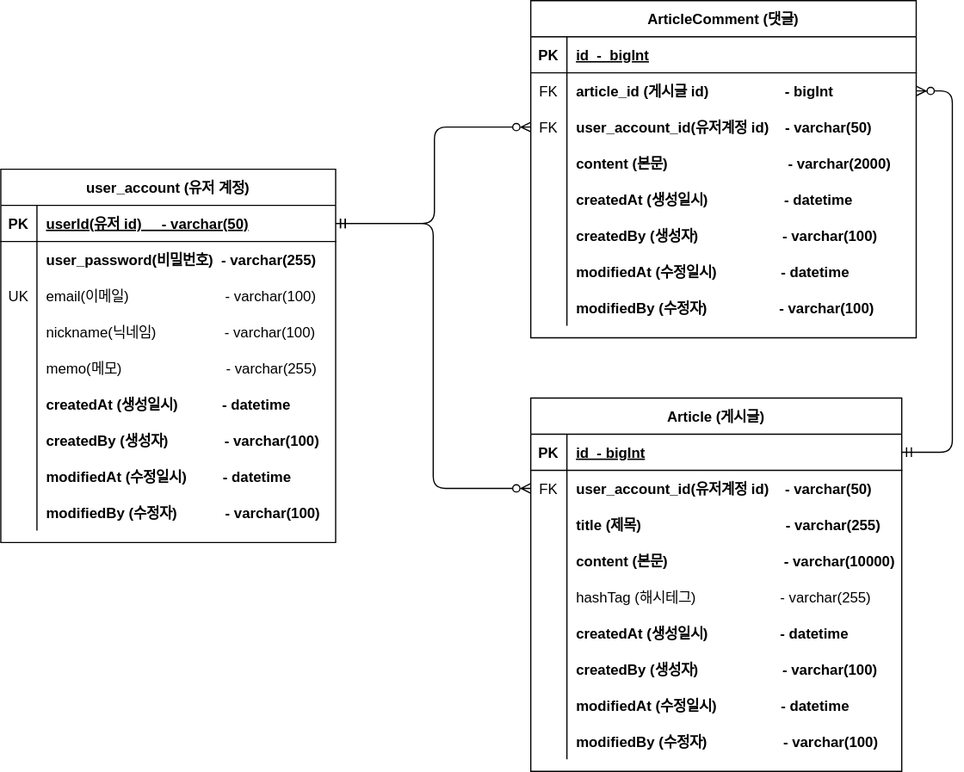
buchonsi/board-service keeps this draw.io diagram as document/project-board.svg. Above is the earlier version. Source tidied: cells renumbered, new cells last; positions are measured from the earlier drawing's top-left corner, leaving out a move shared by most shapes.
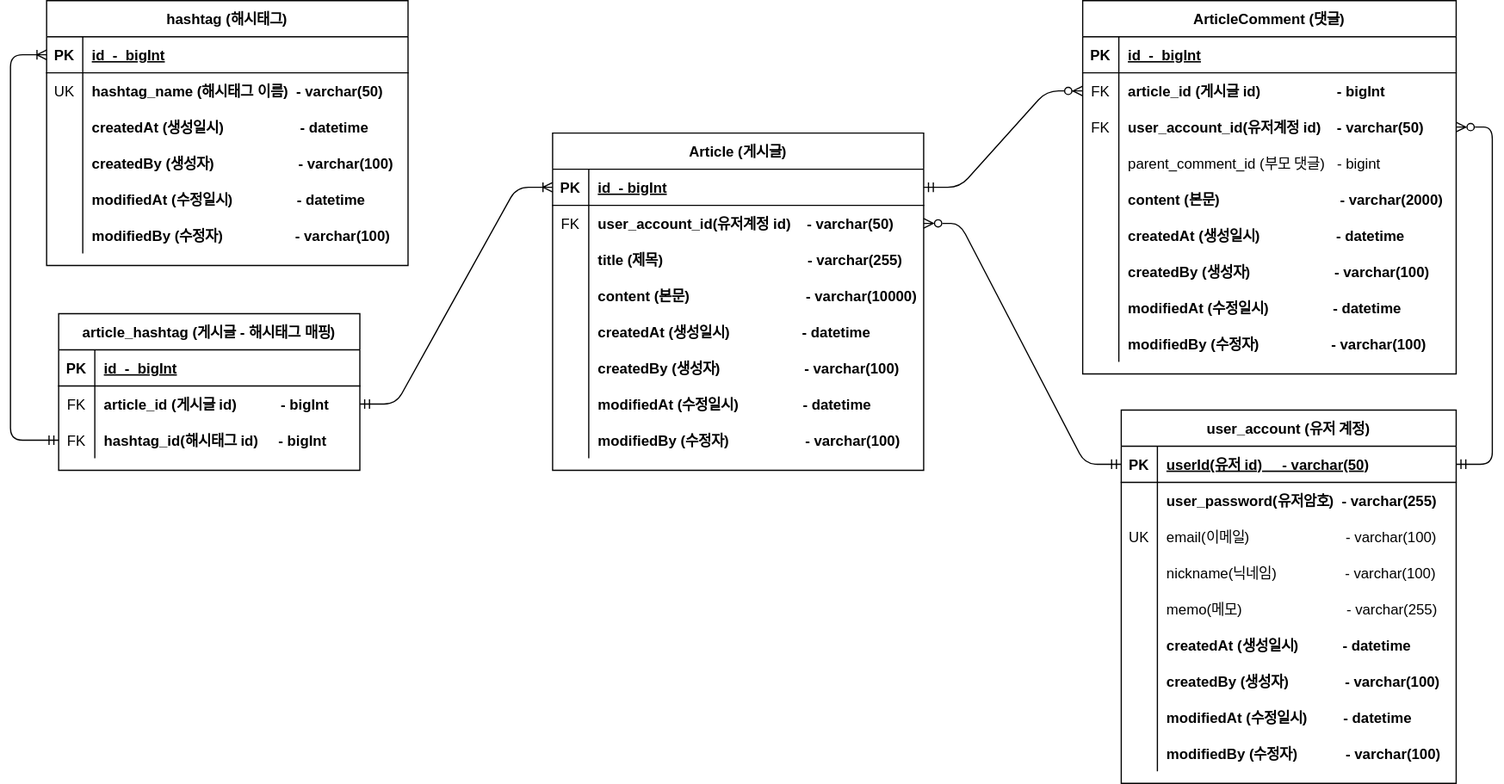
After the commit.

Commit message:
#48 - project-board.svg 업데이트 : 대댓글, 해시태그

The edit, as a diff of the source:
```diff
@@ -14,6 +14,6 @@
     <mxCell id="3" value="ArticleComment (댓글)" style="shape=table;startSize=30;rowLines=0;fontStyle=1;align=center;" parent="1" vertex="1">
-      <mxGeometry x="440" width="320" height="280" as="geometry" />
+      <mxGeometry x="890" width="310" height="310" as="geometry" />
     </mxCell>
     <mxCell id="4" style="shape=partialRectangle;fillColor=none;top=0;left=0;right=0;bottom=1;" parent="3" vertex="1">
-      <mxGeometry y="30" width="320" height="30" as="geometry" />
+      <mxGeometry y="30" width="310" height="30" as="geometry" />
     </mxCell>
@@ -23,6 +23,6 @@
     <mxCell id="6" value="id  -  bigInt" style="shape=partialRectangle;overflow=hidden;fillColor=none;top=0;left=0;bottom=0;right=0;align=left;spacingLeft=6;fontStyle=5;" parent="4" vertex="1">
-      <mxGeometry x="30" width="290" height="30" as="geometry" />
+      <mxGeometry x="30" width="280" height="30" as="geometry" />
     </mxCell>
     <mxCell id="7" style="shape=partialRectangle;fillColor=none;points=[[0,0.5],[1,0.5]];portConstraint=eastwest;top=0;left=0;right=0;bottom=0;" parent="3" vertex="1">
-      <mxGeometry y="60" width="320" height="30" as="geometry" />
+      <mxGeometry y="60" width="310" height="30" as="geometry" />
     </mxCell>
@@ -32,6 +32,6 @@
     <mxCell id="9" value="article_id (게시글 id)                   - bigInt" style="shape=partialRectangle;overflow=hidden;fillColor=none;top=0;left=0;bottom=0;right=0;align=left;spacingLeft=6;fontStyle=1;" parent="7" vertex="1">
-      <mxGeometry x="30" width="290" height="30" as="geometry" />
+      <mxGeometry x="30" width="280" height="30" as="geometry" />
     </mxCell>
     <mxCell id="10" style="shape=partialRectangle;fillColor=none;points=[[0,0.5],[1,0.5]];portConstraint=eastwest;top=0;left=0;right=0;bottom=0;" parent="3" vertex="1">
-      <mxGeometry y="90" width="320" height="30" as="geometry" />
+      <mxGeometry y="90" width="310" height="30" as="geometry" />
     </mxCell>
@@ -41,6 +41,15 @@
     <mxCell id="12" value="user_account_id(유저계정 id)    - varchar(50)" style="shape=partialRectangle;overflow=hidden;fillColor=none;top=0;left=0;bottom=0;right=0;align=left;spacingLeft=6;fontStyle=1;" parent="10" vertex="1">
-      <mxGeometry x="30" width="290" height="30" as="geometry" />
+      <mxGeometry x="30" width="280" height="30" as="geometry" />
     </mxCell>
+    <mxCell id="86" style="shape=partialRectangle;fillColor=none;top=0;left=0;right=0;bottom=0;" parent="3" vertex="1">
+      <mxGeometry y="120" width="310" height="30" as="geometry" />
+    </mxCell>
+    <mxCell id="87" style="shape=partialRectangle;overflow=hidden;fillColor=none;top=0;left=0;bottom=0;right=0;" parent="86" vertex="1">
+      <mxGeometry width="30" height="30" as="geometry" />
+    </mxCell>
+    <mxCell id="88" value="parent_comment_id (부모 댓글)   - bigint" style="shape=partialRectangle;overflow=hidden;fillColor=none;top=0;left=0;bottom=0;right=0;align=left;spacingLeft=6;fontStyle=0;" parent="86" vertex="1">
+      <mxGeometry x="30" width="280" height="30" as="geometry" />
+    </mxCell>
     <mxCell id="13" style="shape=partialRectangle;fillColor=none;top=0;left=0;right=0;bottom=0;" parent="3" vertex="1">
-      <mxGeometry y="120" width="320" height="30" as="geometry" />
+      <mxGeometry y="150" width="310" height="30" as="geometry" />
     </mxCell>
@@ -50,6 +59,6 @@
     <mxCell id="15" value="content (본문)                              - varchar(2000)" style="shape=partialRectangle;overflow=hidden;fillColor=none;top=0;left=0;bottom=0;right=0;align=left;spacingLeft=6;fontStyle=1;" parent="13" vertex="1">
-      <mxGeometry x="30" width="290" height="30" as="geometry" />
+      <mxGeometry x="30" width="280" height="30" as="geometry" />
     </mxCell>
     <mxCell id="16" style="shape=partialRectangle;fillColor=none;top=0;left=0;right=0;bottom=0;" parent="3" vertex="1">
-      <mxGeometry y="150" width="320" height="30" as="geometry" />
+      <mxGeometry y="180" width="310" height="30" as="geometry" />
     </mxCell>
@@ -59,6 +68,6 @@
     <mxCell id="18" value="createdAt (생성일시)                   - datetime" style="shape=partialRectangle;overflow=hidden;fillColor=none;top=0;left=0;bottom=0;right=0;align=left;spacingLeft=6;fontStyle=1;" parent="16" vertex="1">
-      <mxGeometry x="30" width="290" height="30" as="geometry" />
+      <mxGeometry x="30" width="280" height="30" as="geometry" />
     </mxCell>
     <mxCell id="19" style="shape=partialRectangle;fillColor=none;top=0;left=0;right=0;bottom=0;" parent="3" vertex="1">
-      <mxGeometry y="180" width="320" height="30" as="geometry" />
+      <mxGeometry y="210" width="310" height="30" as="geometry" />
     </mxCell>
@@ -68,6 +77,6 @@
     <mxCell id="21" value="createdBy (생성자)                     - varchar(100)" style="shape=partialRectangle;overflow=hidden;fillColor=none;top=0;left=0;bottom=0;right=0;align=left;spacingLeft=6;fontStyle=1;" parent="19" vertex="1">
-      <mxGeometry x="30" width="290" height="30" as="geometry" />
+      <mxGeometry x="30" width="280" height="30" as="geometry" />
     </mxCell>
     <mxCell id="22" style="shape=partialRectangle;fillColor=none;top=0;left=0;right=0;bottom=0;" parent="3" vertex="1">
-      <mxGeometry y="210" width="320" height="30" as="geometry" />
+      <mxGeometry y="240" width="310" height="30" as="geometry" />
     </mxCell>
@@ -77,6 +86,6 @@
     <mxCell id="24" value="modifiedAt (수정일시)                - datetime" style="shape=partialRectangle;overflow=hidden;fillColor=none;top=0;left=0;bottom=0;right=0;align=left;spacingLeft=6;fontStyle=1;" parent="22" vertex="1">
-      <mxGeometry x="30" width="290" height="30" as="geometry" />
+      <mxGeometry x="30" width="280" height="30" as="geometry" />
     </mxCell>
     <mxCell id="25" style="shape=partialRectangle;fillColor=none;top=0;left=0;right=0;bottom=0;" parent="3" vertex="1">
-      <mxGeometry y="240" width="320" height="30" as="geometry" />
+      <mxGeometry y="270" width="310" height="30" as="geometry" />
     </mxCell>
@@ -86,6 +95,6 @@
     <mxCell id="27" value="modifiedBy (수정자)                  - varchar(100)" style="shape=partialRectangle;overflow=hidden;fillColor=none;top=0;left=0;bottom=0;right=0;align=left;spacingLeft=6;fontStyle=1;" parent="25" vertex="1">
-      <mxGeometry x="30" width="290" height="30" as="geometry" />
+      <mxGeometry x="30" width="280" height="30" as="geometry" />
     </mxCell>
     <mxCell id="28" value="Article (게시글)" style="shape=table;startSize=30;rowLines=0;fontStyle=1;align=center;" parent="1" vertex="1">
-      <mxGeometry x="440" y="330" width="308" height="310" as="geometry" />
+      <mxGeometry x="450" y="110" width="308" height="280" as="geometry" />
     </mxCell>
@@ -127,13 +136,4 @@
     </mxCell>
-    <mxCell id="41" style="shape=partialRectangle;fillColor=none;top=0;left=0;right=0;bottom=0;" parent="28" vertex="1">
-      <mxGeometry y="150" width="308" height="30" as="geometry" />
-    </mxCell>
-    <mxCell id="42" style="shape=partialRectangle;overflow=hidden;fillColor=none;top=0;left=0;bottom=0;right=0;" parent="41" vertex="1">
-      <mxGeometry width="30" height="30" as="geometry" />
-    </mxCell>
-    <mxCell id="43" value="hashTag (해시테그)                     - varchar(255)" style="shape=partialRectangle;overflow=hidden;fillColor=none;top=0;left=0;bottom=0;right=0;align=left;spacingLeft=6;" parent="41" vertex="1">
-      <mxGeometry x="30" width="278" height="30" as="geometry" />
-    </mxCell>
     <mxCell id="44" style="shape=partialRectangle;fillColor=none;top=0;left=0;right=0;bottom=0;" parent="28" vertex="1">
-      <mxGeometry y="180" width="308" height="30" as="geometry" />
+      <mxGeometry y="150" width="308" height="30" as="geometry" />
     </mxCell>
@@ -146,3 +146,3 @@
     <mxCell id="47" style="shape=partialRectangle;fillColor=none;top=0;left=0;right=0;bottom=0;" parent="28" vertex="1">
-      <mxGeometry y="210" width="308" height="30" as="geometry" />
+      <mxGeometry y="180" width="308" height="30" as="geometry" />
     </mxCell>
@@ -155,3 +155,3 @@
     <mxCell id="50" style="shape=partialRectangle;fillColor=none;top=0;left=0;right=0;bottom=0;" parent="28" vertex="1">
-      <mxGeometry y="240" width="308" height="30" as="geometry" />
+      <mxGeometry y="210" width="308" height="30" as="geometry" />
     </mxCell>
@@ -164,3 +164,3 @@
     <mxCell id="53" style="shape=partialRectangle;fillColor=none;top=0;left=0;right=0;bottom=0;" parent="28" vertex="1">
-      <mxGeometry y="270" width="308" height="30" as="geometry" />
+      <mxGeometry y="240" width="308" height="30" as="geometry" />
     </mxCell>
@@ -173,3 +173,3 @@
     <mxCell id="56" value="user_account (유저 계정)" style="shape=table;startSize=30;rowLines=0;fontStyle=1;align=center;" parent="1" vertex="1">
-      <mxGeometry y="140" width="278" height="310" as="geometry" />
+      <mxGeometry x="922" y="340" width="278" height="310" as="geometry" />
     </mxCell>
@@ -190,3 +190,3 @@
     </mxCell>
-    <mxCell id="62" value="user_password(비밀번호)  - varchar(255)" style="shape=partialRectangle;overflow=hidden;fillColor=none;top=0;left=0;bottom=0;right=0;align=left;spacingLeft=6;fontStyle=1;" parent="60" vertex="1">
+    <mxCell id="62" value="user_password(유저암호)  - varchar(255)" style="shape=partialRectangle;overflow=hidden;fillColor=none;top=0;left=0;bottom=0;right=0;align=left;spacingLeft=6;fontStyle=1;" parent="60" vertex="1">
       <mxGeometry x="30" width="248" height="30" as="geometry" />
@@ -256,7 +256,8 @@
     </mxCell>
-    <mxCell id="84" style="edgeStyle=orthogonalEdgeStyle;rounded=1;jettySize=auto;html=1;exitX=1;exitY=0.5;exitDx=0;exitDy=0;entryX=0;entryY=0.5;entryDx=0;entryDy=0;endArrow=ERzeroToMany;endFill=0;startArrow=ERmandOne;startFill=0;" parent="1" edge="1" source="57" target="10">
+    <mxCell id="84" style="edgeStyle=entityRelationEdgeStyle;rounded=1;jettySize=auto;html=1;exitX=1;exitY=0.5;exitDx=0;exitDy=0;entryX=1;entryY=0.5;entryDx=0;entryDy=0;endArrow=ERzeroToMany;endFill=0;startArrow=ERmandOne;startFill=0;" parent="1" edge="1" source="57" target="10">
       <mxGeometry relative="1" as="geometry">
         <Array as="points">
-          <mxPoint x="360" y="185" />
-          <mxPoint x="360" y="105" />
+          <mxPoint x="1270" y="350" />
+          <mxPoint x="1280" y="350" />
+          <mxPoint x="1280" y="270" />
         </Array>
@@ -264,5 +265,103 @@
     </mxCell>
-    <mxCell id="85" style="edgeStyle=orthogonalEdgeStyle;rounded=1;jettySize=auto;html=1;exitX=1;exitY=0.5;exitDx=0;exitDy=0;startArrow=ERmandOne;startFill=0;endArrow=ERzeroToMany;endFill=0;" parent="1" edge="1" source="57" target="32">
+    <mxCell id="85" style="edgeStyle=entityRelationEdgeStyle;rounded=1;jettySize=auto;html=1;startArrow=ERmandOne;startFill=0;endArrow=ERzeroToMany;endFill=0;exitX=0;exitY=0.5;exitDx=0;exitDy=0;entryX=1;entryY=0.5;entryDx=0;entryDy=0;" parent="1" edge="1" source="57" target="32">
       <mxGeometry relative="1" as="geometry" />
     </mxCell>
+    <mxCell id="89" value="hashtag (해시태그)" style="shape=table;startSize=30;rowLines=0;fontStyle=1;align=center;" parent="1" vertex="1">
+      <mxGeometry x="30" width="300" height="220" as="geometry" />
+    </mxCell>
+    <mxCell id="90" style="shape=partialRectangle;fillColor=none;points=[[0,0.5],[1,0.5]];portConstraint=eastwest;top=0;left=0;right=0;bottom=1;" parent="89" vertex="1">
+      <mxGeometry y="30" width="300" height="30" as="geometry" />
+    </mxCell>
+    <mxCell id="91" value="PK" style="shape=partialRectangle;overflow=hidden;fillColor=none;top=0;left=0;bottom=0;right=0;fontStyle=1;" parent="90" vertex="1">
+      <mxGeometry width="30" height="30" as="geometry" />
+    </mxCell>
+    <mxCell id="92" value="id  -  bigInt" style="shape=partialRectangle;overflow=hidden;fillColor=none;top=0;left=0;bottom=0;right=0;align=left;spacingLeft=6;fontStyle=5;" parent="90" vertex="1">
+      <mxGeometry x="30" width="270" height="30" as="geometry" />
+    </mxCell>
+    <mxCell id="93" style="shape=partialRectangle;fillColor=none;top=0;left=0;right=0;bottom=0;" parent="89" vertex="1">
+      <mxGeometry y="60" width="300" height="30" as="geometry" />
+    </mxCell>
+    <mxCell id="94" value="UK" style="shape=partialRectangle;overflow=hidden;fillColor=none;top=0;left=0;bottom=0;right=0;" parent="93" vertex="1">
+      <mxGeometry width="30" height="30" as="geometry" />
+    </mxCell>
+    <mxCell id="95" value="hashtag_name (해시태그 이름)  - varchar(50)" style="shape=partialRectangle;overflow=hidden;fillColor=none;top=0;left=0;bottom=0;right=0;align=left;spacingLeft=6;fontStyle=1;" parent="93" vertex="1">
+      <mxGeometry x="30" width="270" height="30" as="geometry" />
+    </mxCell>
+    <mxCell id="96" style="shape=partialRectangle;fillColor=none;top=0;left=0;right=0;bottom=0;" parent="89" vertex="1">
+      <mxGeometry y="90" width="300" height="30" as="geometry" />
+    </mxCell>
+    <mxCell id="97" style="shape=partialRectangle;overflow=hidden;fillColor=none;top=0;left=0;bottom=0;right=0;" parent="96" vertex="1">
+      <mxGeometry width="30" height="30" as="geometry" />
+    </mxCell>
+    <mxCell id="98" value="createdAt (생성일시)                   - datetime" style="shape=partialRectangle;overflow=hidden;fillColor=none;top=0;left=0;bottom=0;right=0;align=left;spacingLeft=6;fontStyle=1;" parent="96" vertex="1">
+      <mxGeometry x="30" width="270" height="30" as="geometry" />
+    </mxCell>
+    <mxCell id="99" style="shape=partialRectangle;fillColor=none;top=0;left=0;right=0;bottom=0;" parent="89" vertex="1">
+      <mxGeometry y="120" width="300" height="30" as="geometry" />
+    </mxCell>
+    <mxCell id="100" style="shape=partialRectangle;overflow=hidden;fillColor=none;top=0;left=0;bottom=0;right=0;" parent="99" vertex="1">
+      <mxGeometry width="30" height="30" as="geometry" />
+    </mxCell>
+    <mxCell id="101" value="createdBy (생성자)                     - varchar(100)" style="shape=partialRectangle;overflow=hidden;fillColor=none;top=0;left=0;bottom=0;right=0;align=left;spacingLeft=6;fontStyle=1;" parent="99" vertex="1">
+      <mxGeometry x="30" width="270" height="30" as="geometry" />
+    </mxCell>
+    <mxCell id="102" style="shape=partialRectangle;fillColor=none;top=0;left=0;right=0;bottom=0;" parent="89" vertex="1">
+      <mxGeometry y="150" width="300" height="30" as="geometry" />
+    </mxCell>
+    <mxCell id="103" style="shape=partialRectangle;overflow=hidden;fillColor=none;top=0;left=0;bottom=0;right=0;" parent="102" vertex="1">
+      <mxGeometry width="30" height="30" as="geometry" />
+    </mxCell>
+    <mxCell id="104" value="modifiedAt (수정일시)                - datetime" style="shape=partialRectangle;overflow=hidden;fillColor=none;top=0;left=0;bottom=0;right=0;align=left;spacingLeft=6;fontStyle=1;" parent="102" vertex="1">
+      <mxGeometry x="30" width="270" height="30" as="geometry" />
+    </mxCell>
+    <mxCell id="105" style="shape=partialRectangle;fillColor=none;top=0;left=0;right=0;bottom=0;" parent="89" vertex="1">
+      <mxGeometry y="180" width="300" height="30" as="geometry" />
+    </mxCell>
+    <mxCell id="106" style="shape=partialRectangle;overflow=hidden;fillColor=none;top=0;left=0;bottom=0;right=0;" parent="105" vertex="1">
+      <mxGeometry width="30" height="30" as="geometry" />
+    </mxCell>
+    <mxCell id="107" value="modifiedBy (수정자)                  - varchar(100)" style="shape=partialRectangle;overflow=hidden;fillColor=none;top=0;left=0;bottom=0;right=0;align=left;spacingLeft=6;fontStyle=1;" parent="105" vertex="1">
+      <mxGeometry x="30" width="270" height="30" as="geometry" />
+    </mxCell>
+    <mxCell id="108" value="article_hashtag (게시글 - 해시태그 매핑)" style="shape=table;startSize=30;rowLines=0;fontStyle=1;align=center;" parent="1" vertex="1">
+      <mxGeometry x="40" y="260" width="250" height="130" as="geometry" />
+    </mxCell>
+    <mxCell id="109" style="shape=partialRectangle;fillColor=none;top=0;left=0;right=0;bottom=1;" parent="108" vertex="1">
+      <mxGeometry y="30" width="250" height="30" as="geometry" />
+    </mxCell>
+    <mxCell id="110" value="PK" style="shape=partialRectangle;overflow=hidden;fillColor=none;top=0;left=0;bottom=0;right=0;fontStyle=1;" parent="109" vertex="1">
+      <mxGeometry width="30" height="30" as="geometry" />
+    </mxCell>
+    <mxCell id="111" value="id  -  bigInt" style="shape=partialRectangle;overflow=hidden;fillColor=none;top=0;left=0;bottom=0;right=0;align=left;spacingLeft=6;fontStyle=5;" parent="109" vertex="1">
+      <mxGeometry x="30" width="220" height="30" as="geometry" />
+    </mxCell>
+    <mxCell id="112" style="shape=partialRectangle;fillColor=none;points=[[0,0.5],[1,0.5]];portConstraint=eastwest;top=0;left=0;right=0;bottom=0;" parent="108" vertex="1">
+      <mxGeometry y="60" width="250" height="30" as="geometry" />
+    </mxCell>
+    <mxCell id="113" value="FK" style="shape=partialRectangle;overflow=hidden;fillColor=none;top=0;left=0;bottom=0;right=0;" parent="112" vertex="1">
+      <mxGeometry width="30" height="30" as="geometry" />
+    </mxCell>
+    <mxCell id="114" value="article_id (게시글 id)           - bigInt" style="shape=partialRectangle;overflow=hidden;fillColor=none;top=0;left=0;bottom=0;right=0;align=left;spacingLeft=6;fontStyle=1;" parent="112" vertex="1">
+      <mxGeometry x="30" width="220" height="30" as="geometry" />
+    </mxCell>
+    <mxCell id="115" style="shape=partialRectangle;fillColor=none;points=[[0,0.5],[1,0.5]];portConstraint=eastwest;top=0;left=0;right=0;bottom=0;" parent="108" vertex="1">
+      <mxGeometry y="90" width="250" height="30" as="geometry" />
+    </mxCell>
+    <mxCell id="116" value="FK" style="shape=partialRectangle;overflow=hidden;fillColor=none;top=0;left=0;bottom=0;right=0;" parent="115" vertex="1">
+      <mxGeometry width="30" height="30" as="geometry" />
+    </mxCell>
+    <mxCell id="117" value="hashtag_id(해시태그 id)     - bigInt" style="shape=partialRectangle;overflow=hidden;fillColor=none;top=0;left=0;bottom=0;right=0;align=left;spacingLeft=6;fontStyle=1;" parent="115" vertex="1">
+      <mxGeometry x="30" width="220" height="30" as="geometry" />
+    </mxCell>
+    <mxCell id="118" style="edgeStyle=entityRelationEdgeStyle;rounded=1;jettySize=auto;html=1;exitX=0;exitY=0.5;exitDx=0;exitDy=0;entryX=1;entryY=0.5;entryDx=0;entryDy=0;endArrow=ERmandOne;endFill=0;startArrow=ERoneToMany;startFill=0;" parent="1" edge="1" source="29" target="112">
+      <mxGeometry relative="1" as="geometry" />
+    </mxCell>
+    <mxCell id="119" style="edgeStyle=orthogonalEdgeStyle;jettySize=auto;html=1;entryX=0;entryY=0.5;entryDx=0;entryDy=0;strokeColor=default;endArrow=ERoneToMany;endFill=0;startArrow=ERmandOne;startFill=0;rounded=1;exitX=0;exitY=0.5;exitDx=0;exitDy=0;anchorPointDirection=1;" parent="1" edge="1" source="115" target="90">
+      <mxGeometry relative="1" as="geometry">
+        <Array as="points">
+          <mxPoint y="365" />
+          <mxPoint y="45" />
+        </Array>
+      </mxGeometry>
+    </mxCell>
   </root>
```
